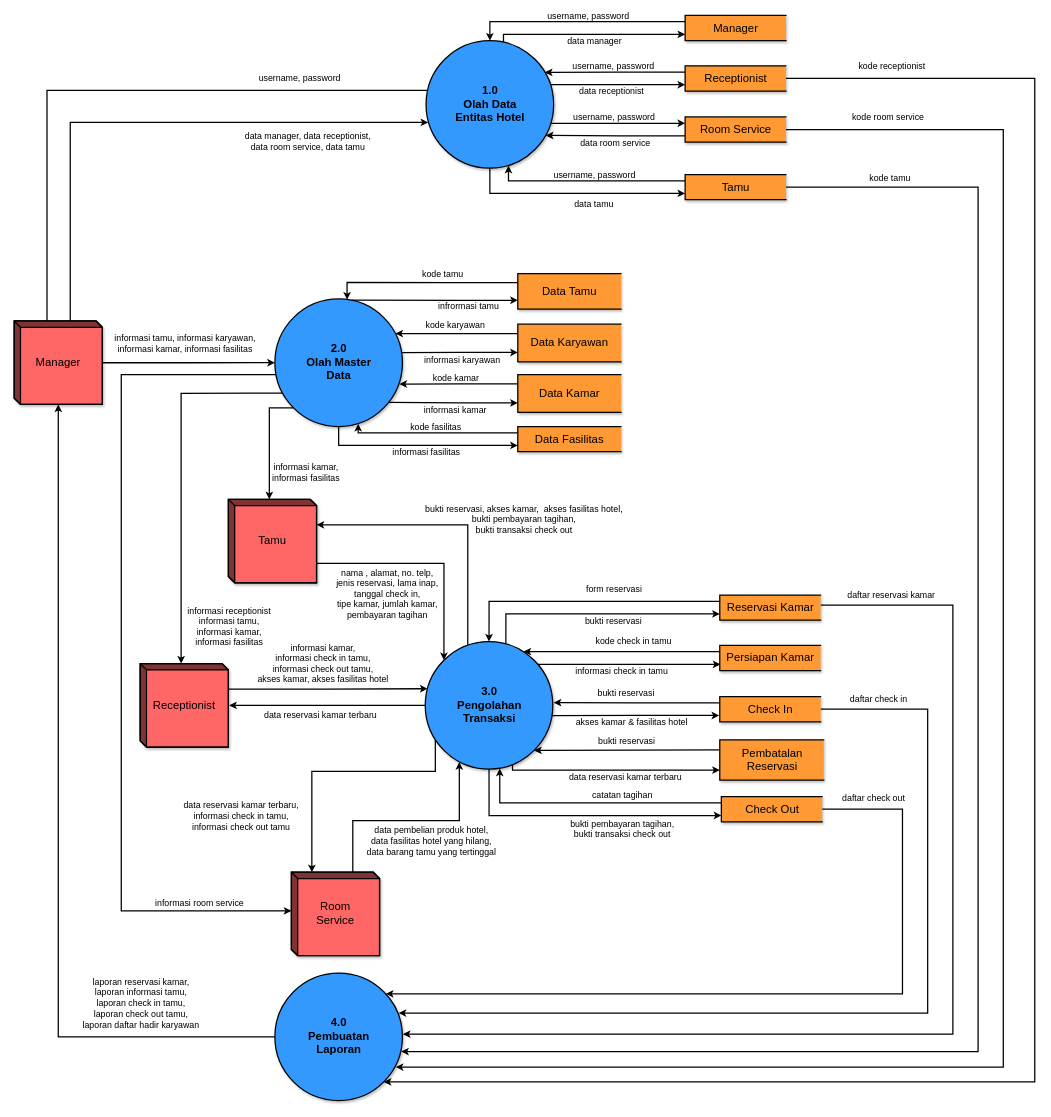
Earlier version of the draw.io diagram page "DFD LVL 1 - NEW" (3 of 12) of Sistem Pemesanan Kamar Hotel - Data Flow Diagram.drawio (trueazp/System-Design-Analysis). Source tidied: cells renumbered, new cells numbered last; positions are measured from the earlier drawing's top-left corner, leaving out a move shared by most shapes. Both pictures are drawn from the tidied source at 63%, with x=0, y=0 at pixel (14, 15).
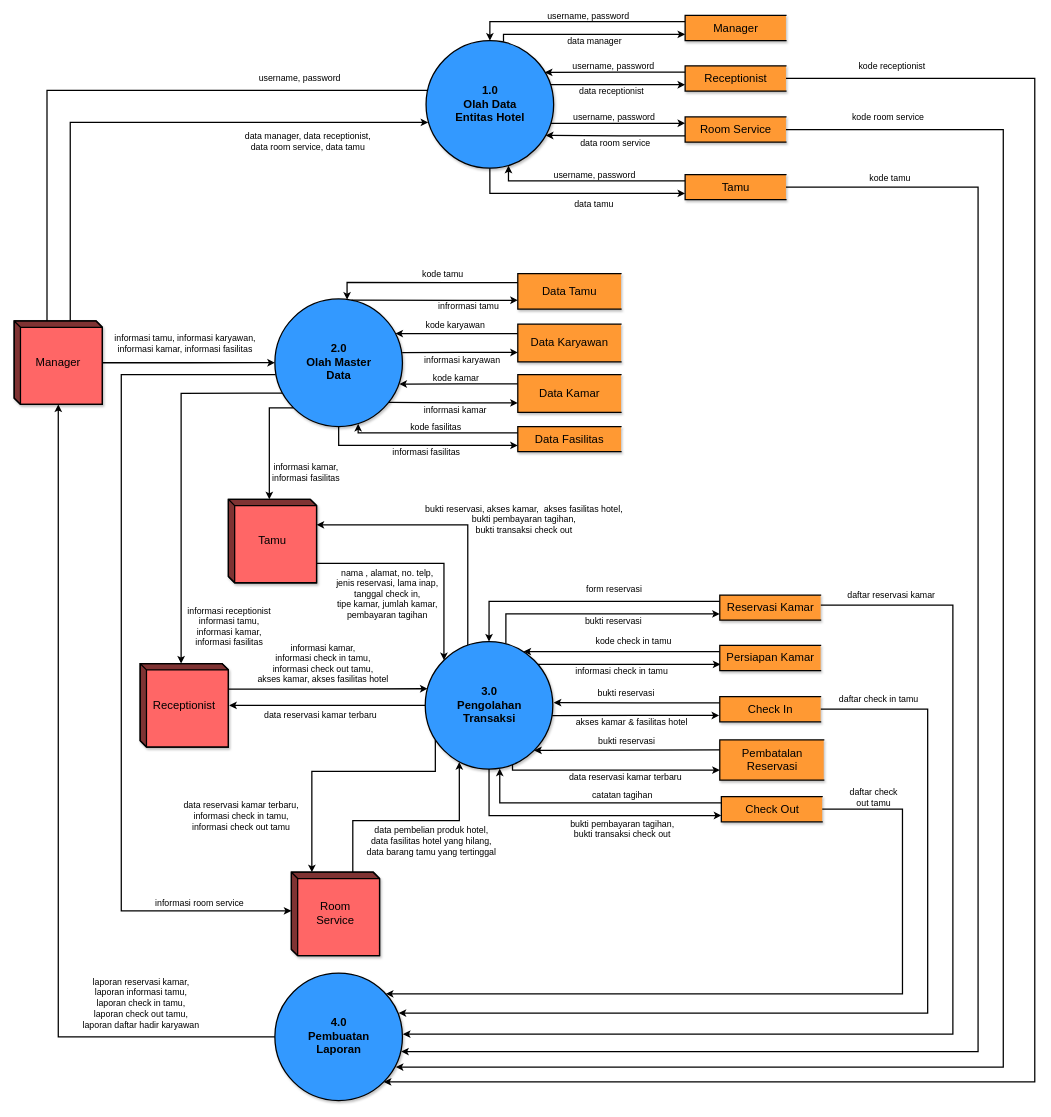
After the change.

The change refers to these unchanged cells:
```xml
<mxCell id="98" style="edgeStyle=orthogonalEdgeStyle;rounded=0;jettySize=auto;html=1;entryX=0.97;entryY=0.314;entryDx=0;entryDy=0;entryPerimeter=0;fontSize=14;startArrow=none;startFill=0;endArrow=classic;endFill=1;strokeWidth=2;labelBackgroundColor=none;" parent="1" edge="1" source="100" target="16">
  <mxGeometry relative="1" as="geometry">
    <Array as="points">
      <mxPoint x="1450" y="1101" />
      <mxPoint x="1450" y="1584" />
    </Array>
  </mxGeometry>
</mxCell>
<mxCell id="110" style="edgeStyle=orthogonalEdgeStyle;rounded=0;jettySize=auto;html=1;fontSize=14;startArrow=none;startFill=0;endArrow=classic;endFill=1;strokeWidth=2;jumpStyle=arc;labelBackgroundColor=none;" parent="1" edge="1" source="112">
  <mxGeometry relative="1" as="geometry">
    <mxPoint x="590" y="1553" as="targetPoint" />
    <Array as="points">
      <mxPoint x="1410" y="1260" />
      <mxPoint x="1410" y="1553" />
    </Array>
  </mxGeometry>
</mxCell>
```

Change to the diagram source:
```diff
@@
-    <mxCell id="99" value="daftar check in" style="edgeLabel;html=1;align=center;verticalAlign=middle;fontSize=14;labelBackgroundColor=none;" parent="98" vertex="1">
+    <mxCell id="99" value="daftar check in tamu" style="edgeLabel;html=1;align=center;verticalAlign=middle;fontSize=14;labelBackgroundColor=none;" parent="98" vertex="1">
       <mxGeometry x="-0.91" y="-2" relative="1" as="geometry">
         <mxPoint x="24" y="-19" as="offset" />
       </mxGeometry>
     </mxCell>
@@
-    <mxCell id="111" value="daftar check out" style="edgeLabel;html=1;align=center;verticalAlign=middle;fontSize=14;labelBackgroundColor=none;" parent="110" vertex="1">
+    <mxCell id="111" value="&lt;div&gt;daftar check &lt;br&gt;&lt;/div&gt;&lt;div&gt;out tamu&lt;/div&gt;" style="edgeLabel;html=1;align=center;verticalAlign=middle;fontSize=14;labelBackgroundColor=none;" parent="110" vertex="1">
       <mxGeometry x="-0.87" relative="1" as="geometry">
-        <mxPoint y="-18" as="offset" />
+        <mxPoint y="-20" as="offset" />
       </mxGeometry>
     </mxCell>
```
